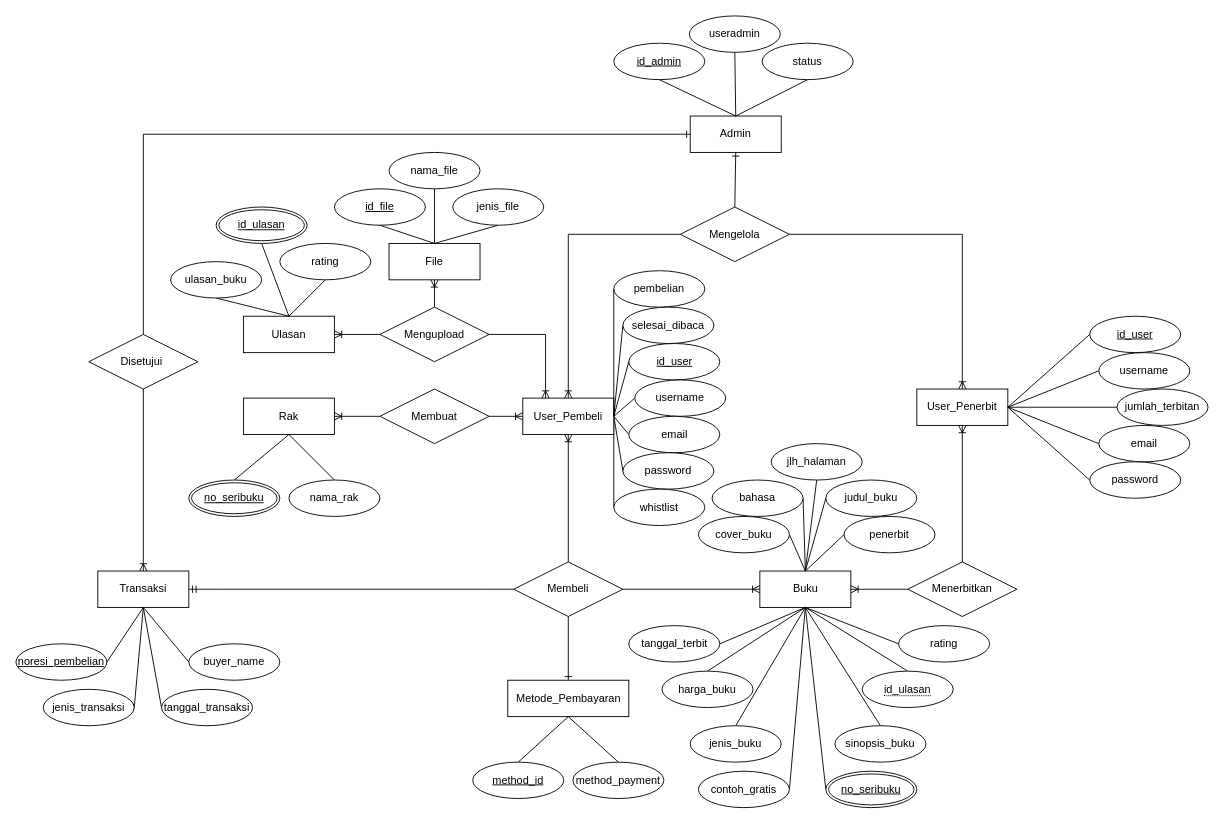
The draw.io diagram ERD.drawio in febrizuladhari/PlayBooks, before the edit. Source tidied: cells renumbered, new cells numbered last; positions are measured from the earlier drawing's top-left corner, leaving out a move shared by most shapes. Both pictures are drawn from the tidied source at 91%, with x=0, y=0 at pixel (15, 15).
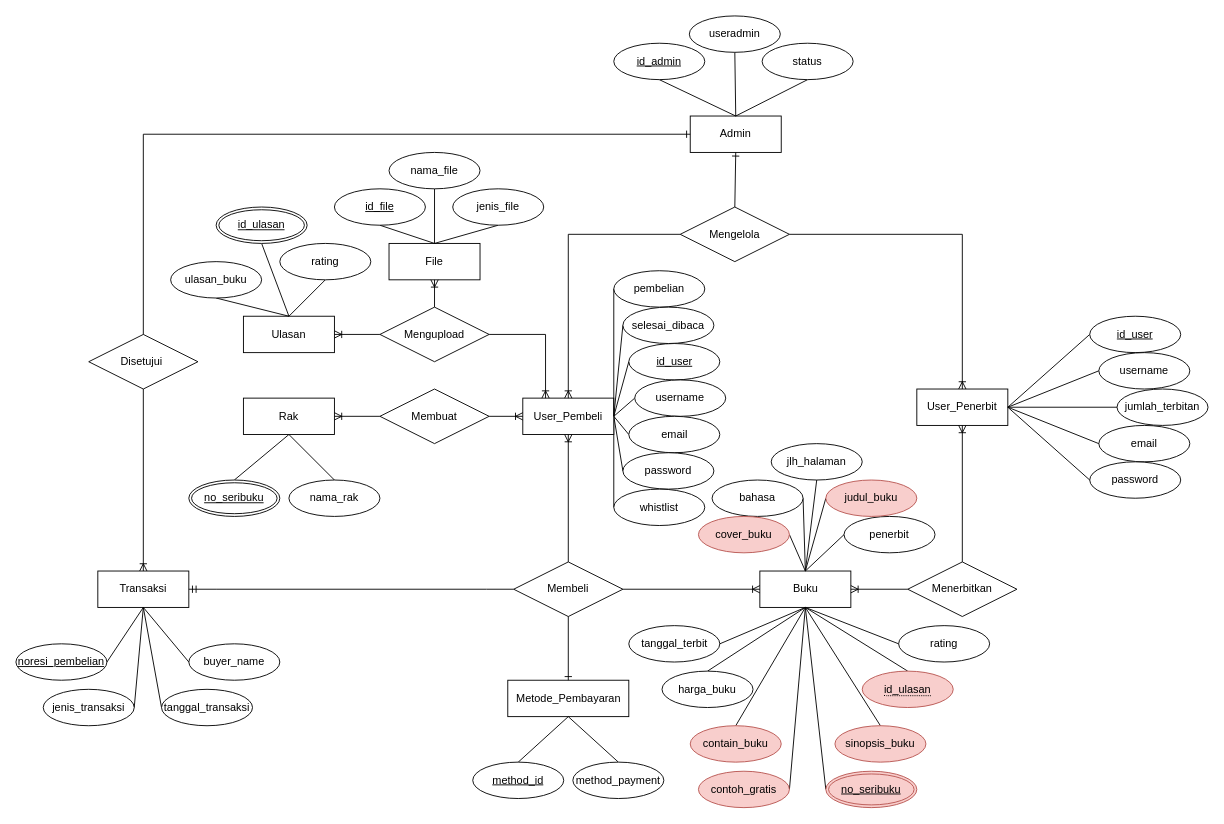
The same page after the edit.

The edit, as a diff of the source:
```diff
@@
-    <mxCell id="55" value="jenis_buku" style="ellipse;whiteSpace=wrap;html=1;align=center;fontFamily=Helvetica;fontSize=12;fontColor=default;startSize=30;strokeColor=default;fillColor=default;" parent="1" vertex="1">
+    <mxCell id="55" value="contain_buku" style="ellipse;whiteSpace=wrap;html=1;align=center;fontFamily=Helvetica;fontSize=12;startSize=30;strokeColor=#b85450;fillColor=#f8cecc;" parent="1" vertex="1">
       <mxGeometry x="741" y="780" width="100" height="40" as="geometry" />
     </mxCell>
@@
-    <mxCell id="59" value="sinopsis_buku" style="ellipse;whiteSpace=wrap;html=1;align=center;fontFamily=Helvetica;fontSize=12;fontColor=default;startSize=30;strokeColor=default;fillColor=default;" parent="1" vertex="1">
+    <mxCell id="59" value="sinopsis_buku" style="ellipse;whiteSpace=wrap;html=1;align=center;fontFamily=Helvetica;fontSize=12;startSize=30;strokeColor=#b85450;fillColor=#f8cecc;" parent="1" vertex="1">
       <mxGeometry x="900" y="780" width="100" height="40" as="geometry" />
     </mxCell>
@@
-    <mxCell id="80" value="contoh_gratis" style="ellipse;whiteSpace=wrap;html=1;align=center;fontFamily=Helvetica;fontSize=12;fontColor=default;startSize=30;strokeColor=default;fillColor=default;" parent="1" vertex="1">
+    <mxCell id="80" value="contoh_gratis" style="ellipse;whiteSpace=wrap;html=1;align=center;fontFamily=Helvetica;fontSize=12;startSize=30;strokeColor=#b85450;fillColor=#f8cecc;" parent="1" vertex="1">
       <mxGeometry x="750" y="830" width="100" height="40" as="geometry" />
     </mxCell>
@@
-    <mxCell id="100" value="&lt;u&gt;no_seribuku&lt;/u&gt;" style="ellipse;shape=doubleEllipse;margin=3;whiteSpace=wrap;html=1;align=center;" parent="1" vertex="1">
+    <mxCell id="100" value="&lt;u&gt;no_seribuku&lt;/u&gt;" style="ellipse;shape=doubleEllipse;margin=3;whiteSpace=wrap;html=1;align=center;fillColor=#f8cecc;strokeColor=#b85450;" parent="1" vertex="1">
       <mxGeometry x="890" y="830" width="100" height="40" as="geometry" />
     </mxCell>
@@
-    <mxCell id="107" value="judul_buku" style="ellipse;whiteSpace=wrap;html=1;align=center;fontFamily=Helvetica;fontSize=12;fontColor=default;startSize=30;strokeColor=default;fillColor=default;" parent="1" vertex="1">
+    <mxCell id="107" value="judul_buku" style="ellipse;whiteSpace=wrap;html=1;align=center;fontFamily=Helvetica;fontSize=12;startSize=30;strokeColor=#b85450;fillColor=#f8cecc;" parent="1" vertex="1">
       <mxGeometry x="890" y="510" width="100" height="40" as="geometry" />
     </mxCell>
@@
-    <mxCell id="109" value="cover_buku" style="ellipse;whiteSpace=wrap;html=1;align=center;fontFamily=Helvetica;fontSize=12;fontColor=default;startSize=30;strokeColor=default;fillColor=default;" parent="1" vertex="1">
+    <mxCell id="109" value="cover_buku" style="ellipse;whiteSpace=wrap;html=1;align=center;fontFamily=Helvetica;fontSize=12;startSize=30;strokeColor=#b85450;fillColor=#f8cecc;" parent="1" vertex="1">
       <mxGeometry x="750" y="550" width="100" height="40" as="geometry" />
     </mxCell>
@@
-    <mxCell id="116" value="&lt;span style=&quot;border-bottom: 1px dotted&quot;&gt;id_ulasan&lt;/span&gt;" style="ellipse;whiteSpace=wrap;html=1;align=center;" parent="1" vertex="1">
+    <mxCell id="116" value="&lt;span style=&quot;border-bottom: 1px dotted&quot;&gt;id_ulasan&lt;/span&gt;" style="ellipse;whiteSpace=wrap;html=1;align=center;fillColor=#f8cecc;strokeColor=#b85450;" parent="1" vertex="1">
       <mxGeometry x="930" y="720" width="100" height="40" as="geometry" />
     </mxCell>
```
